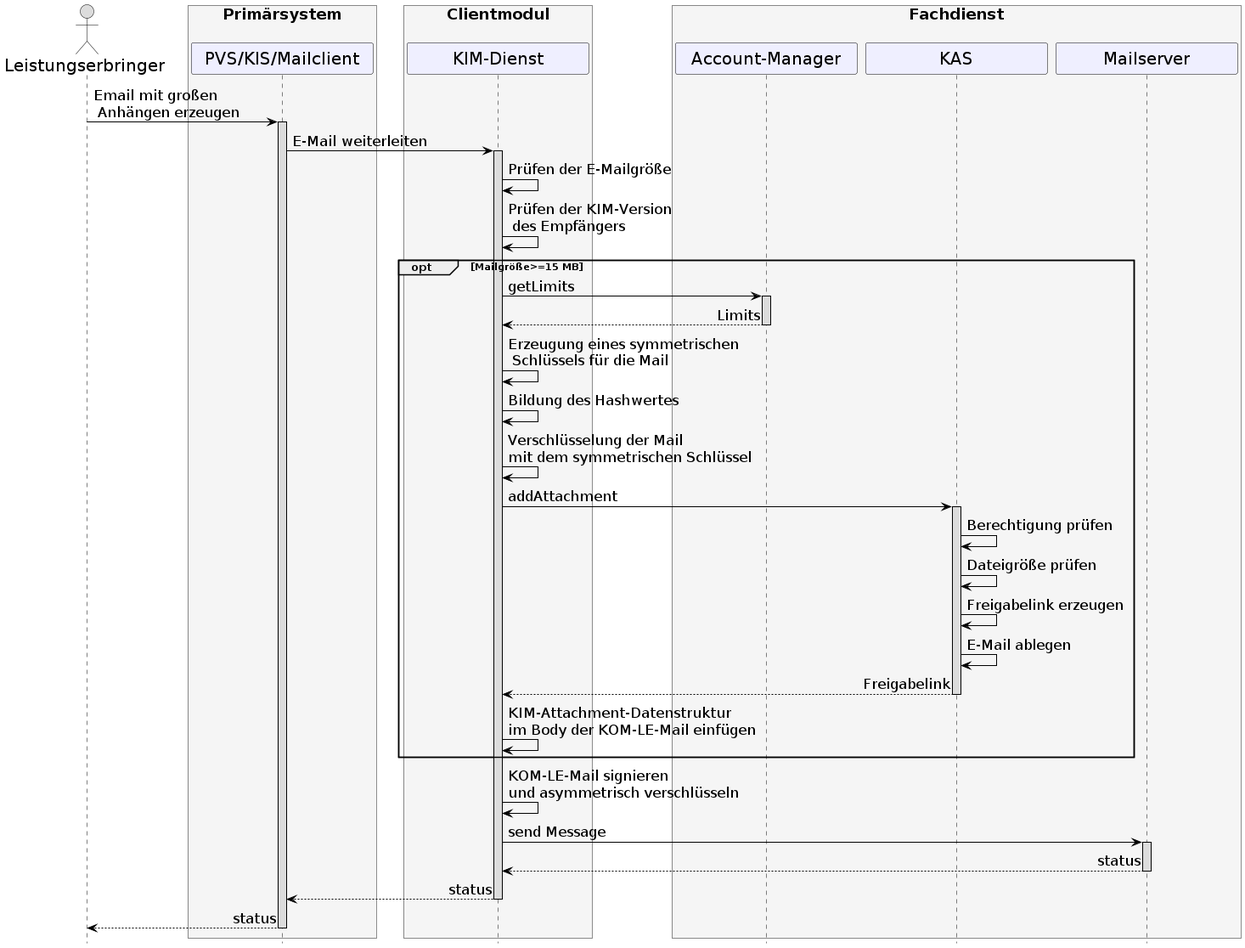
Earlier version of the PlantUML export images/diagrams/Fachdienst/Seq_kas_email_senden.png (gematik/api-kim).
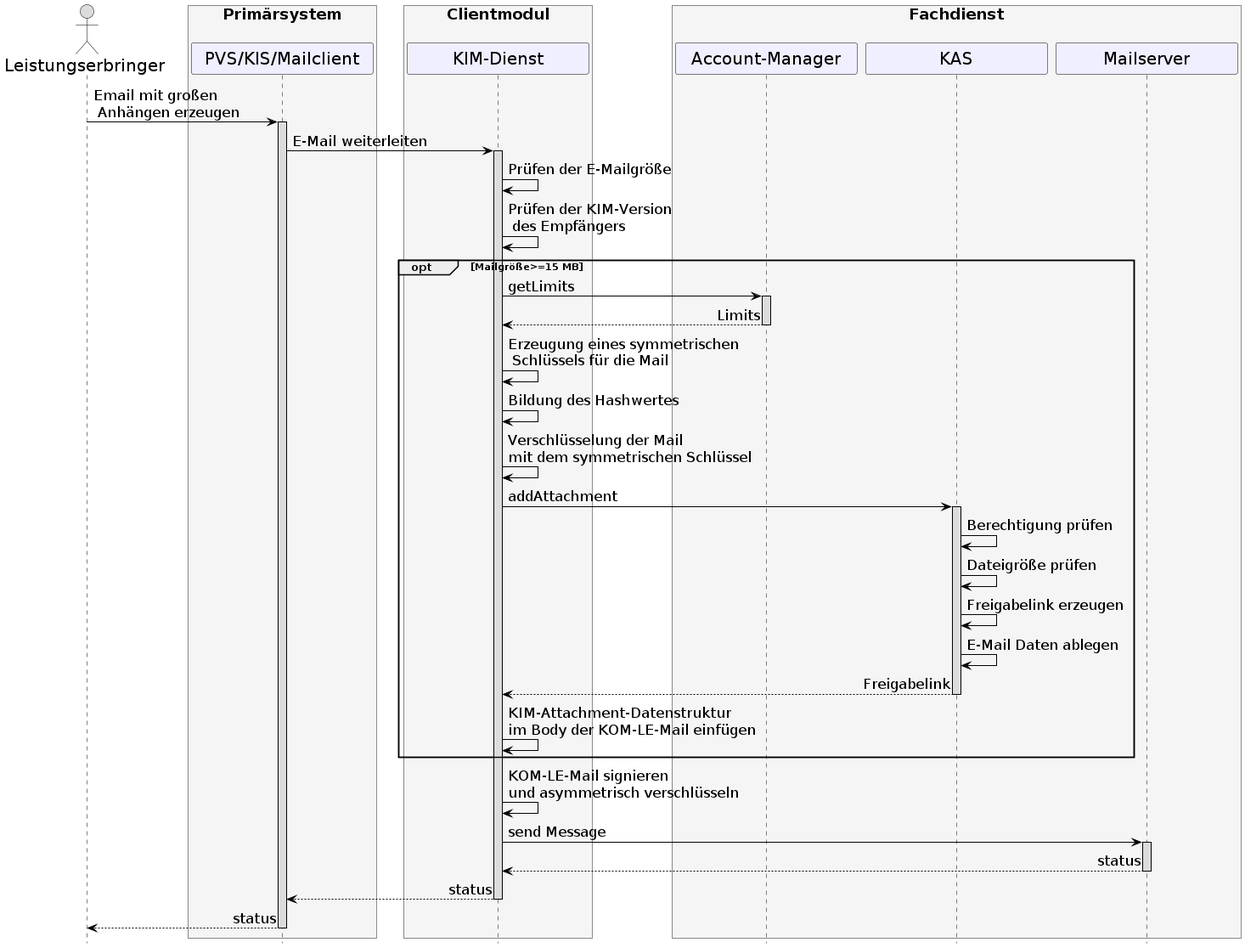
Later version of the same file.

Diff of the diagram source:
```diff
@@ -57,7 +57,7 @@
  K->K: Berechtigung prüfen
  K->K: Dateigröße prüfen
  K->K: Freigabelink erzeugen
- K->K: E-Mail ablegen
+ K->K: E-Mail Daten ablegen
  K-->KM: Freigabelink
  deactivate K
  KM->KM: KIM-Attachment-Datenstruktur \nim Body der KOM-LE-Mail einfügen
```
